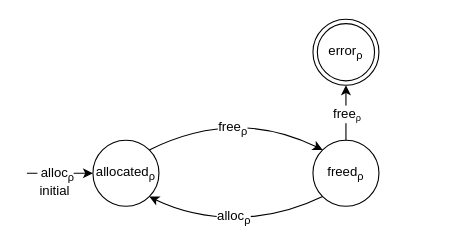
Before: algorithm/figures/double-free.drawio in andersfischernielsen/Finding-Resource-Manipulation-Bugs-with-Monitor-Automata-on-the-Example-of-the-Linux-Kernel, a draw.io diagram. Source tidied: cells renumbered, new cells numbered last; positions are measured from the earlier drawing's top-left corner, leaving out a move shared by most shapes. Both pictures are drawn from the tidied source at 110%, with x=0, y=0 at pixel (26, 19).
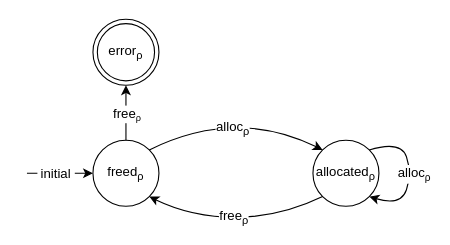
Above is the later version.

The change refers to these unchanged cells:
```xml
<mxCell id="6" style="curved=1;endArrow=classic;html=1;exitX=1;exitY=0;exitDx=0;exitDy=0;entryX=0;entryY=0;entryDx=0;entryDy=0;" parent="1" edge="1" source="2" target="5">
  <mxGeometry relative="1" as="geometry">
    <Array as="points">
      <mxPoint x="190" y="80" />
    </Array>
  </mxGeometry>
</mxCell>
<mxCell id="8" style="curved=1;endArrow=classic;html=1;entryX=1;entryY=1;entryDx=0;entryDy=0;exitX=0;exitY=1;exitDx=0;exitDy=0;" parent="1" edge="1" source="5" target="2">
  <mxGeometry relative="1" as="geometry">
    <Array as="points">
      <mxPoint x="230" y="180" />
      <mxPoint x="150" y="180" />
    </Array>
  </mxGeometry>
</mxCell>
<mxCell id="11" style="endArrow=classic;html=1;entryX=0;entryY=0.5;entryDx=0;entryDy=0;exitX=1;exitY=0.5;exitDx=0;exitDy=0;" parent="1" edge="1" target="2">
  <mxGeometry relative="1" as="geometry">
    <mxPoint y="140" as="sourcePoint" />
  </mxGeometry>
</mxCell>
```

Diff of the diagram source:
```diff
@@
-    <mxCell id="2" value="allocated&lt;span style=&quot;white-space: nowrap ; background-color: rgb(255 , 255 , 255)&quot;&gt;&lt;sub&gt;ρ&lt;/sub&gt;&lt;/span&gt;" style="ellipse;whiteSpace=wrap;html=1;" parent="1" vertex="1">
+    <mxCell id="2" value="freed&lt;span style=&quot;white-space: nowrap ; background-color: rgb(255 , 255 , 255)&quot;&gt;&lt;sub&gt;ρ&lt;/sub&gt;&lt;/span&gt;" style="ellipse;whiteSpace=wrap;html=1;" parent="1" vertex="1">
       <mxGeometry x="60" y="110" width="60" height="60" as="geometry" />
     </mxCell>
-    <mxCell id="3" style="endArrow=classic;html=1;exitX=0.5;exitY=0;exitDx=0;exitDy=0;" parent="1" edge="1" source="5">
-      <mxGeometry relative="1" as="geometry">
-        <mxPoint x="290" y="60" as="targetPoint" />
-      </mxGeometry>
+    <mxCell id="3" style="endArrow=classic;html=1;exitX=0.5;exitY=0;exitDx=0;exitDy=0;entryX=0.5;entryY=1;entryDx=0;entryDy=0;" parent="1" edge="1" source="2" target="10">
+      <mxGeometry relative="1" as="geometry" />
     </mxCell>
@@
-    <mxCell id="5" value="freed&lt;sub&gt;ρ&lt;/sub&gt;" style="ellipse;whiteSpace=wrap;html=1;" parent="1" vertex="1">
+    <mxCell id="5" value="allocated&lt;sub&gt;ρ&lt;/sub&gt;" style="ellipse;whiteSpace=wrap;html=1;" parent="1" vertex="1">
       <mxGeometry x="260" y="110" width="60" height="60" as="geometry" />
     </mxCell>
@@
-    <mxCell id="7" value="&lt;div&gt;free&lt;sub&gt;ρ&lt;/sub&gt;&lt;/div&gt;" style="text;html=1;align=center;verticalAlign=middle;labelBackgroundColor=#ffffff;" parent="6" vertex="1">
+    <mxCell id="7" value="&lt;div&gt;alloc&lt;sub&gt;ρ&lt;/sub&gt;&lt;/div&gt;" style="text;html=1;align=center;verticalAlign=middle;labelBackgroundColor=#ffffff;" parent="6" vertex="1">
       <mxGeometry x="-0.14" y="-15" relative="1" as="geometry" />
     </mxCell>
@@
-    <mxCell id="9" value="alloc&lt;sub&gt;ρ&lt;/sub&gt;" style="text;html=1;align=center;verticalAlign=middle;labelBackgroundColor=#ffffff;" parent="8" vertex="1">
+    <mxCell id="9" value="&lt;span style=&quot;font-size: 12px&quot;&gt;free&lt;/span&gt;&lt;sub&gt;ρ&lt;/sub&gt;" style="text;html=1;align=center;verticalAlign=middle;labelBackgroundColor=#ffffff;" parent="8" vertex="1">
       <mxGeometry x="0.04" y="-1" relative="1" as="geometry" />
     </mxCell>
     <mxCell id="10" value="error&lt;sub&gt;ρ&lt;/sub&gt;" style="ellipse;shape=doubleEllipse;whiteSpace=wrap;html=1;" parent="1" vertex="1">
-      <mxGeometry x="260" width="60" height="60" as="geometry" />
+      <mxGeometry x="60" width="60" height="60" as="geometry" />
     </mxCell>
@@
-    <mxCell id="12" value="initial" style="text;html=1;align=center;verticalAlign=top;labelBackgroundColor=#ffffff;" parent="11" vertex="1">
-      <mxGeometry x="-0.08" y="1" relative="1" as="geometry">
-        <mxPoint x="-3.6" y="3" as="offset" />
-      </mxGeometry>
-    </mxCell>
-    <mxCell id="13" value="&amp;nbsp;alloc&lt;sub&gt;ρ&lt;/sub&gt;" style="text;html=1;align=center;verticalAlign=middle;labelBackgroundColor=#ffffff;" parent="11" vertex="1">
+    <mxCell id="13" value="&amp;nbsp;initial&amp;nbsp;" style="text;html=1;align=center;verticalAlign=middle;labelBackgroundColor=#ffffff;" parent="11" vertex="1">
       <mxGeometry x="-0.17" relative="1" as="geometry" />
     </mxCell>
+    <mxCell id="14" value="&lt;span style=&quot;font-size: 12px&quot;&gt;alloc&lt;/span&gt;&lt;sub&gt;ρ&lt;/sub&gt;" style="orthogonalLoop=1;jettySize=auto;html=1;exitX=1;exitY=0;exitDx=0;exitDy=0;entryX=1;entryY=1;entryDx=0;entryDy=0;curved=1;" parent="1" edge="1" source="5" target="5">
+      <mxGeometry y="2" relative="1" as="geometry">
+        <Array as="points">
+          <mxPoint x="340" y="110" />
+          <mxPoint x="350" y="140" />
+          <mxPoint x="340" y="170" />
+        </Array>
+      </mxGeometry>
+    </mxCell>
```
